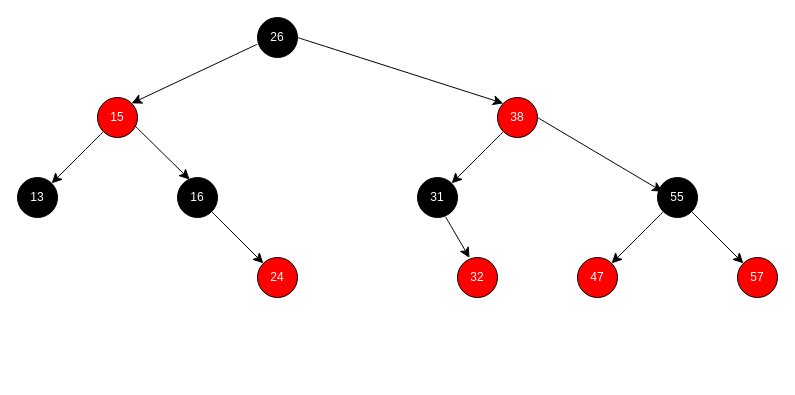
The draw.io diagram red_black_tree.drawio in semihhdemirel/semihhdemirel, before the edit. Source tidied: cells renumbered, new cells numbered last; positions are measured from the earlier drawing's top-left corner, leaving out a move shared by most shapes. Both pictures are drawn from the tidied source at 100%, with x=0, y=0 at pixel (17, 17).
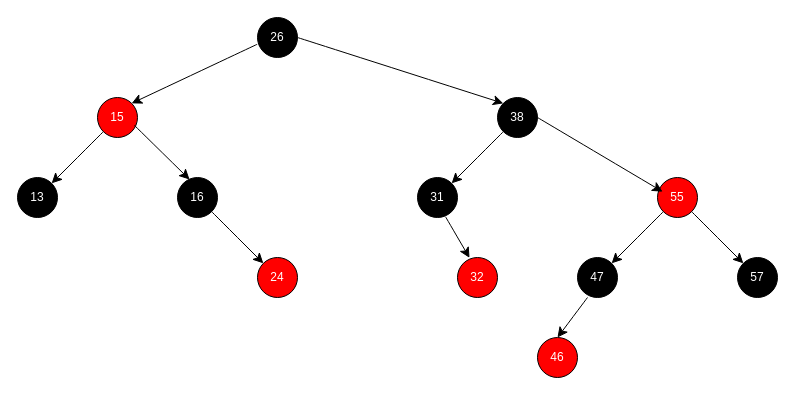
Above is the later version.

What changed in the source:
```diff
@@
-    <mxCell id="2" value="38" style="ellipse;whiteSpace=wrap;html=1;fillColor=#FF0000;fontColor=#FFFFFF;" parent="1" vertex="1">
+    <mxCell id="2" value="38" style="ellipse;whiteSpace=wrap;html=1;fillColor=#000000;fontColor=#FFFFFF;" parent="1" vertex="1">
       <mxGeometry x="480" y="80" width="40" height="40" as="geometry" />
     </mxCell>
@@
-    <mxCell id="4" value="57" style="ellipse;whiteSpace=wrap;html=1;fillColor=#FF0000;fontColor=#FFFFFF;" parent="1" vertex="1">
+    <mxCell id="4" value="57" style="ellipse;whiteSpace=wrap;html=1;fillColor=#000000;fontColor=#FFFFFF;" parent="1" vertex="1">
       <mxGeometry x="720" y="240" width="40" height="40" as="geometry" />
     </mxCell>
@@
-    <mxCell id="9" value="55" style="ellipse;whiteSpace=wrap;html=1;fillColor=#000000;fontColor=#FFFFFF;" parent="1" vertex="1">
+    <mxCell id="9" value="55" style="ellipse;whiteSpace=wrap;html=1;fillColor=#FF0000;fontColor=#FFFFFF;" parent="1" vertex="1">
       <mxGeometry x="640" y="160" width="40" height="40" as="geometry" />
     </mxCell>
@@
-    <mxCell id="14" value="47" style="ellipse;whiteSpace=wrap;html=1;fillColor=#FF0000;fontColor=#FFFFFF;" parent="1" vertex="1">
+    <mxCell id="14" value="47" style="ellipse;whiteSpace=wrap;html=1;fillColor=#000000;fontColor=#FFFFFF;" parent="1" vertex="1">
       <mxGeometry x="560" y="240" width="40" height="40" as="geometry" />
     </mxCell>
@@
+    <mxCell id="23" value="46" style="ellipse;whiteSpace=wrap;html=1;fillColor=#FF0000;fontColor=#FFFFFF;" parent="1" vertex="1">
+      <mxGeometry x="520" y="320" width="40" height="40" as="geometry" />
+    </mxCell>
+    <mxCell id="24" style="endArrow=classic;html=1;rounded=0;fontSize=12;startSize=8;endSize=8;curved=1;entryX=0.5;entryY=0;entryDx=0;entryDy=0;" parent="1" edge="1" target="23">
+      <mxGeometry relative="1" as="geometry">
+        <mxPoint x="570" y="280" as="sourcePoint" />
+      </mxGeometry>
+    </mxCell>
```
